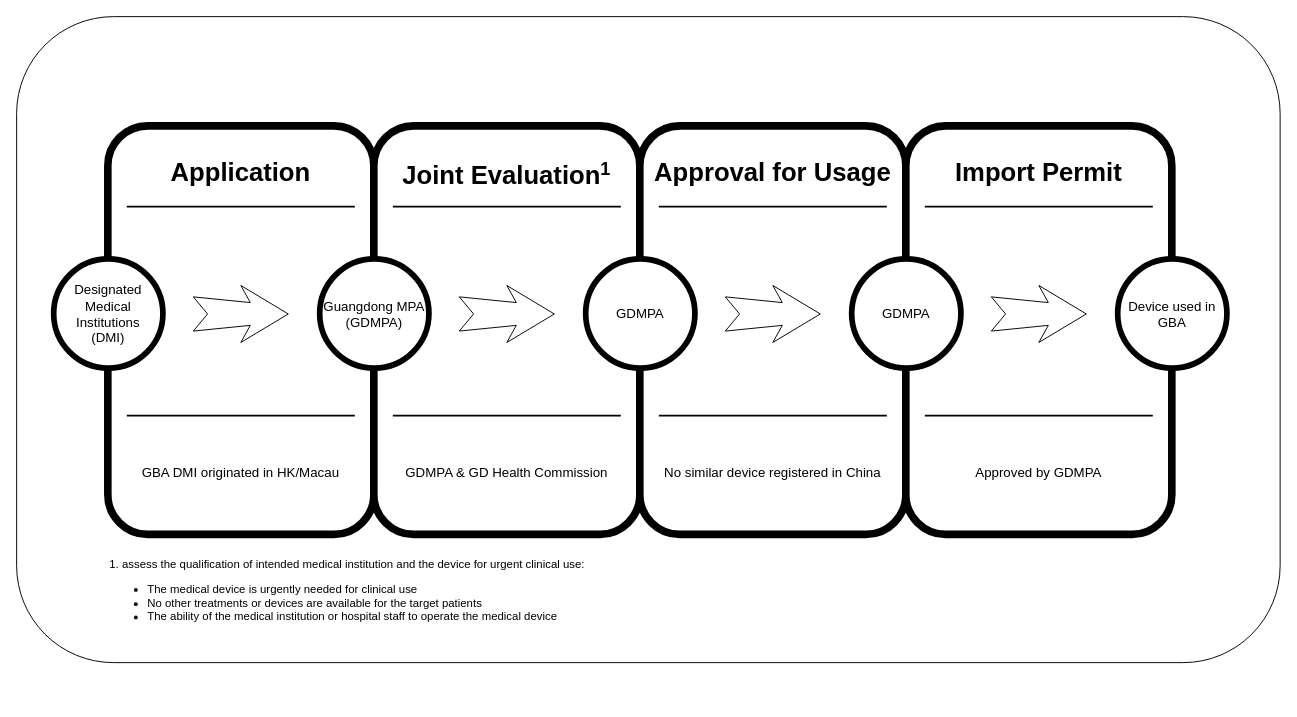
This is page "Copy of Page-1" (2 of 2) of Untitled Diagram.drawio from RASAAS/NMPAWORKFLOW, a draw.io file, before an edit. Source tidied: cells renumbered, new cells numbered last; positions are measured from the earlier drawing's top-left corner, leaving out a move shared by most shapes. Both pictures are drawn from the tidied source at 95%, with x=0, y=0 at pixel (16, 16).
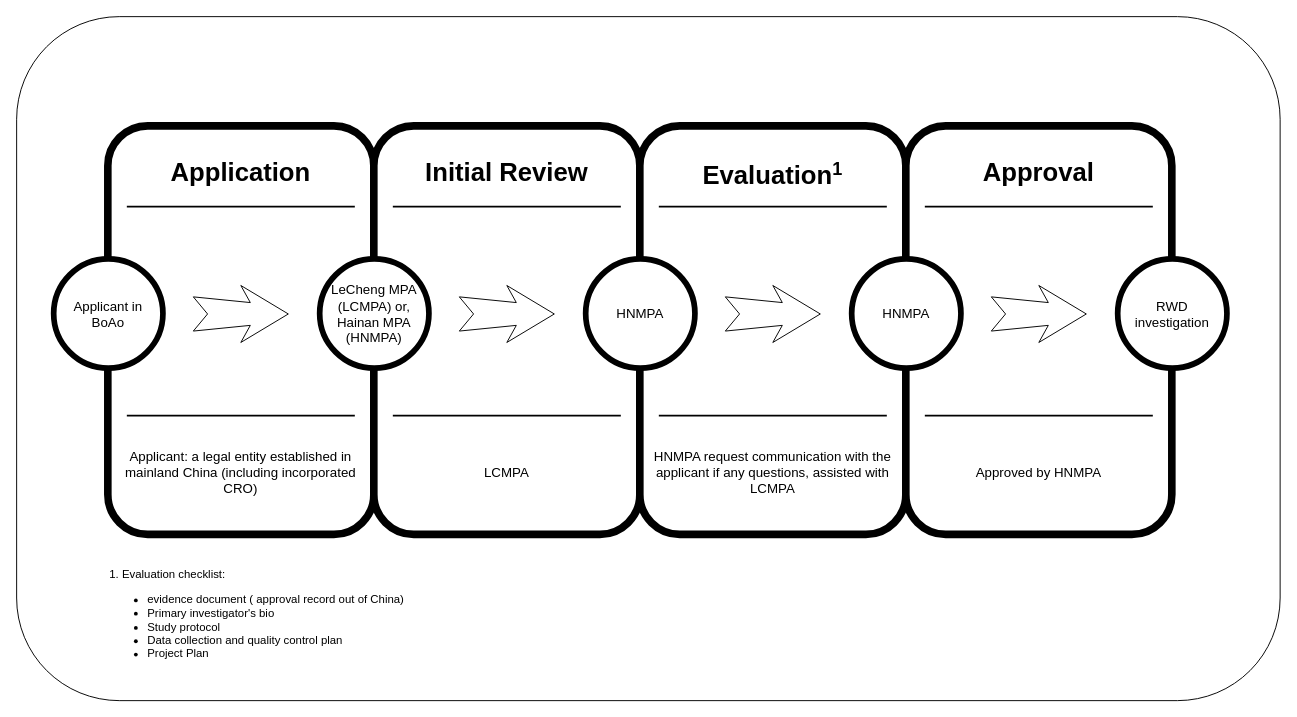
The same diagram, later.

The edit, as a diff of the source:
```diff
@@
     <mxCell id="2" style="whiteSpace=wrap;html=1;rounded=1;" parent="1" vertex="1">
-      <mxGeometry width="1330" height="680" as="geometry" />
+      <mxGeometry width="1330" height="720" as="geometry" />
     </mxCell>
@@
-    <mxCell id="5" value="GBA DMI originated in&amp;nbsp;HK/Macau" style="text;html=1;strokeColor=none;fillColor=none;align=center;verticalAlign=middle;whiteSpace=wrap;shadow=0;fontSize=14;rounded=1;" parent="1" vertex="1">
+    <mxCell id="5" value="Applicant: a legal entity established in mainland China (including incorporated&lt;br&gt;CRO)" style="text;html=1;strokeColor=none;fillColor=none;align=center;verticalAlign=middle;whiteSpace=wrap;shadow=0;fontSize=14;rounded=1;" parent="1" vertex="1">
       <mxGeometry x="96" y="435" width="280" height="90" as="geometry" />
     </mxCell>
@@
-    <mxCell id="8" value="Designated Medical Institutions&lt;br&gt;(DMI)" style="ellipse;whiteSpace=wrap;html=1;shadow=0;strokeWidth=6;fontSize=14;align=center;rounded=1;" parent="1" vertex="1">
+    <mxCell id="8" value="Applicant in &lt;br&gt;BoAo" style="ellipse;whiteSpace=wrap;html=1;shadow=0;strokeWidth=6;fontSize=14;align=center;rounded=1;" parent="1" vertex="1">
       <mxGeometry x="39" y="255" width="115" height="115" as="geometry" />
     </mxCell>
@@
-    <mxCell id="11" value="Joint Evaluation&lt;sup&gt;&lt;font style=&quot;font-size: 19px&quot;&gt;1&lt;/font&gt;&lt;/sup&gt;" style="text;html=1;strokeColor=none;fillColor=none;align=center;verticalAlign=middle;whiteSpace=wrap;shadow=0;fontSize=27;fontStyle=1;rounded=1;" parent="1" vertex="1">
+    <mxCell id="11" value="Initial Review" style="text;html=1;strokeColor=none;fillColor=none;align=center;verticalAlign=middle;whiteSpace=wrap;shadow=0;fontSize=27;fontStyle=1;rounded=1;" parent="1" vertex="1">
       <mxGeometry x="376" y="135" width="280" height="60" as="geometry" />
     </mxCell>
-    <mxCell id="12" value="GDMPA &amp;amp; GD Health Commission" style="text;html=1;strokeColor=none;fillColor=none;align=center;verticalAlign=middle;whiteSpace=wrap;shadow=0;fontSize=14;rounded=1;" parent="1" vertex="1">
+    <mxCell id="12" value="LCMPA" style="text;html=1;strokeColor=none;fillColor=none;align=center;verticalAlign=middle;whiteSpace=wrap;shadow=0;fontSize=14;rounded=1;" parent="1" vertex="1">
       <mxGeometry x="376" y="435" width="280" height="90" as="geometry" />
     </mxCell>
@@
-    <mxCell id="15" value="Guangdong MPA&lt;br&gt;(GDMPA)" style="ellipse;whiteSpace=wrap;html=1;shadow=0;strokeWidth=6;fontSize=14;align=center;rounded=1;" parent="1" vertex="1">
+    <mxCell id="15" value="LeCheng MPA&lt;br&gt;(LCMPA) or,&lt;br&gt;Hainan MPA&lt;br&gt;(HNMPA)" style="ellipse;whiteSpace=wrap;html=1;shadow=0;strokeWidth=6;fontSize=14;align=center;rounded=1;" parent="1" vertex="1">
       <mxGeometry x="319" y="255" width="115" height="115" as="geometry" />
     </mxCell>
@@
-    <mxCell id="18" value="Approval for Usage" style="text;html=1;strokeColor=none;fillColor=none;align=center;verticalAlign=middle;whiteSpace=wrap;shadow=0;fontSize=27;fontStyle=1;rounded=1;" parent="1" vertex="1">
+    <mxCell id="18" value="Evaluation&lt;sup&gt;&lt;font style=&quot;font-size: 19px&quot;&gt;1&lt;/font&gt;&lt;/sup&gt;" style="text;html=1;strokeColor=none;fillColor=none;align=center;verticalAlign=middle;whiteSpace=wrap;shadow=0;fontSize=27;fontStyle=1;rounded=1;" parent="1" vertex="1">
       <mxGeometry x="656" y="135" width="280" height="60" as="geometry" />
     </mxCell>
-    <mxCell id="19" value="No similar device registered in China" style="text;html=1;strokeColor=none;fillColor=none;align=center;verticalAlign=middle;whiteSpace=wrap;shadow=0;fontSize=14;rounded=1;" parent="1" vertex="1">
+    <mxCell id="19" value="HNMPA request communication with the applicant if any questions, assisted with LCMPA" style="text;html=1;strokeColor=none;fillColor=none;align=center;verticalAlign=middle;whiteSpace=wrap;shadow=0;fontSize=14;rounded=1;" parent="1" vertex="1">
       <mxGeometry x="656" y="435" width="280" height="90" as="geometry" />
     </mxCell>
@@
-    <mxCell id="22" value="GDMPA" style="ellipse;whiteSpace=wrap;html=1;shadow=0;strokeWidth=6;fontSize=14;align=center;rounded=1;" parent="1" vertex="1">
+    <mxCell id="22" value="HNMPA" style="ellipse;whiteSpace=wrap;html=1;shadow=0;strokeWidth=6;fontSize=14;align=center;rounded=1;" parent="1" vertex="1">
       <mxGeometry x="599" y="255" width="115" height="115" as="geometry" />
     </mxCell>
@@
-    <mxCell id="25" value="Import Permit" style="text;html=1;strokeColor=none;fillColor=none;align=center;verticalAlign=middle;whiteSpace=wrap;shadow=0;fontSize=27;fontStyle=1;rounded=1;" parent="1" vertex="1">
+    <mxCell id="25" value="Approval" style="text;html=1;strokeColor=none;fillColor=none;align=center;verticalAlign=middle;whiteSpace=wrap;shadow=0;fontSize=27;fontStyle=1;rounded=1;" parent="1" vertex="1">
       <mxGeometry x="936" y="135" width="280" height="60" as="geometry" />
     </mxCell>
-    <mxCell id="26" value="Approved by GDMPA" style="text;html=1;strokeColor=none;fillColor=none;align=center;verticalAlign=middle;whiteSpace=wrap;shadow=0;fontSize=14;rounded=1;" parent="1" vertex="1">
+    <mxCell id="26" value="Approved by HNMPA" style="text;html=1;strokeColor=none;fillColor=none;align=center;verticalAlign=middle;whiteSpace=wrap;shadow=0;fontSize=14;rounded=1;" parent="1" vertex="1">
       <mxGeometry x="936" y="435" width="280" height="90" as="geometry" />
     </mxCell>
@@
-    <mxCell id="29" value="GDMPA" style="ellipse;whiteSpace=wrap;html=1;shadow=0;strokeWidth=6;fontSize=14;align=center;rounded=1;" parent="1" vertex="1">
+    <mxCell id="29" value="HNMPA" style="ellipse;whiteSpace=wrap;html=1;shadow=0;strokeWidth=6;fontSize=14;align=center;rounded=1;" parent="1" vertex="1">
       <mxGeometry x="879" y="255" width="115" height="115" as="geometry" />
     </mxCell>
@@
-    <mxCell id="31" value="Device used in GBA" style="ellipse;whiteSpace=wrap;html=1;shadow=0;strokeWidth=6;fontSize=14;align=center;rounded=1;" parent="1" vertex="1">
+    <mxCell id="31" value="RWD investigation" style="ellipse;whiteSpace=wrap;html=1;shadow=0;strokeWidth=6;fontSize=14;align=center;rounded=1;" parent="1" vertex="1">
       <mxGeometry x="1159" y="255" width="115" height="115" as="geometry" />
     </mxCell>
-    <mxCell id="32" value="1.&amp;nbsp;assess the qualification of intended medical institution and the device for urgent clinical use:&lt;br&gt;&lt;div&gt;&lt;ul&gt;&lt;li&gt;The medical device is urgently needed for clinical use&lt;/li&gt;&lt;li&gt;No other treatments or devices are available for the target patients&lt;/li&gt;&lt;li&gt;The ability of the medical institution or hospital staff to operate the medical device&lt;/li&gt;&lt;/ul&gt;&lt;/div&gt;&lt;div&gt;&lt;span&gt;  &lt;/span&gt;&lt;/div&gt;&lt;div&gt;&lt;span&gt;  &lt;/span&gt;&lt;/div&gt;" style="text;html=1;strokeColor=none;fillColor=none;align=left;verticalAlign=middle;whiteSpace=wrap;rounded=1;" parent="1" vertex="1">
-      <mxGeometry x="96" y="600" width="530" height="20" as="geometry" />
+    <mxCell id="32" value="1. Evaluation checklist:&lt;br&gt;&lt;div&gt;&lt;ul&gt;&lt;li&gt;&lt;span&gt; &lt;/span&gt;evidence document ( approval record out of China)&lt;/li&gt;&lt;li&gt;&lt;span&gt; &lt;/span&gt;Primary investigator's bio&lt;/li&gt;&lt;li&gt;&lt;span&gt; &lt;/span&gt;Study protocol&lt;/li&gt;&lt;li&gt;&lt;span&gt; &lt;/span&gt;Data collection and quality control plan&lt;/li&gt;&lt;li&gt;&lt;span&gt; &lt;/span&gt;Project Plan&lt;/li&gt;&lt;/ul&gt;&lt;/div&gt;&lt;div&gt;&lt;span&gt;  &lt;/span&gt;&lt;/div&gt;&lt;div&gt;&lt;span&gt;  &lt;/span&gt;&lt;/div&gt;" style="text;html=1;strokeColor=none;fillColor=none;align=left;verticalAlign=middle;whiteSpace=wrap;rounded=1;" parent="1" vertex="1">
+      <mxGeometry x="96" y="625" width="530" height="20" as="geometry" />
     </mxCell>
```
